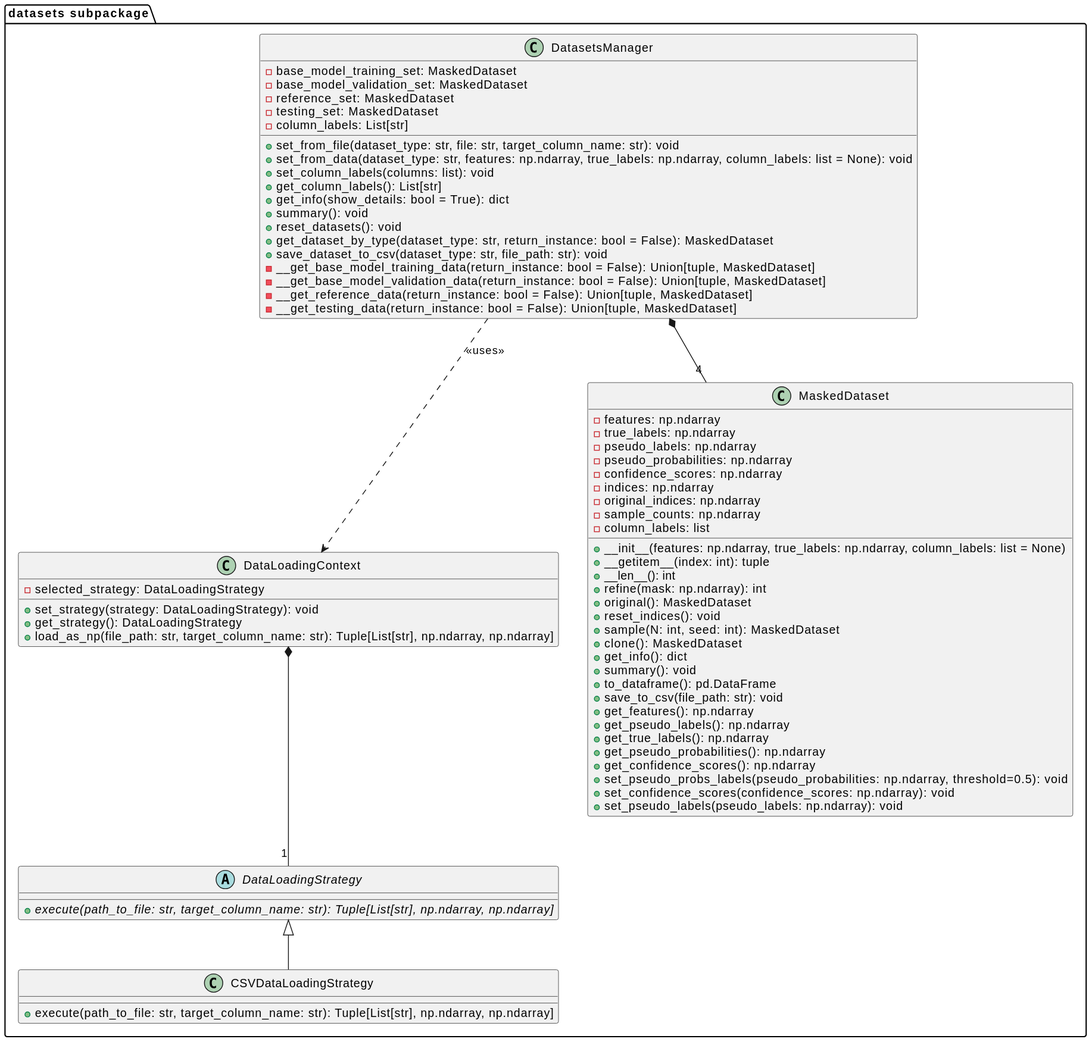
MEDomics-UdeS/MED3pa keeps this PlantUML diagram as docs/diagrams/datasets.svg. Above is the earlier version.
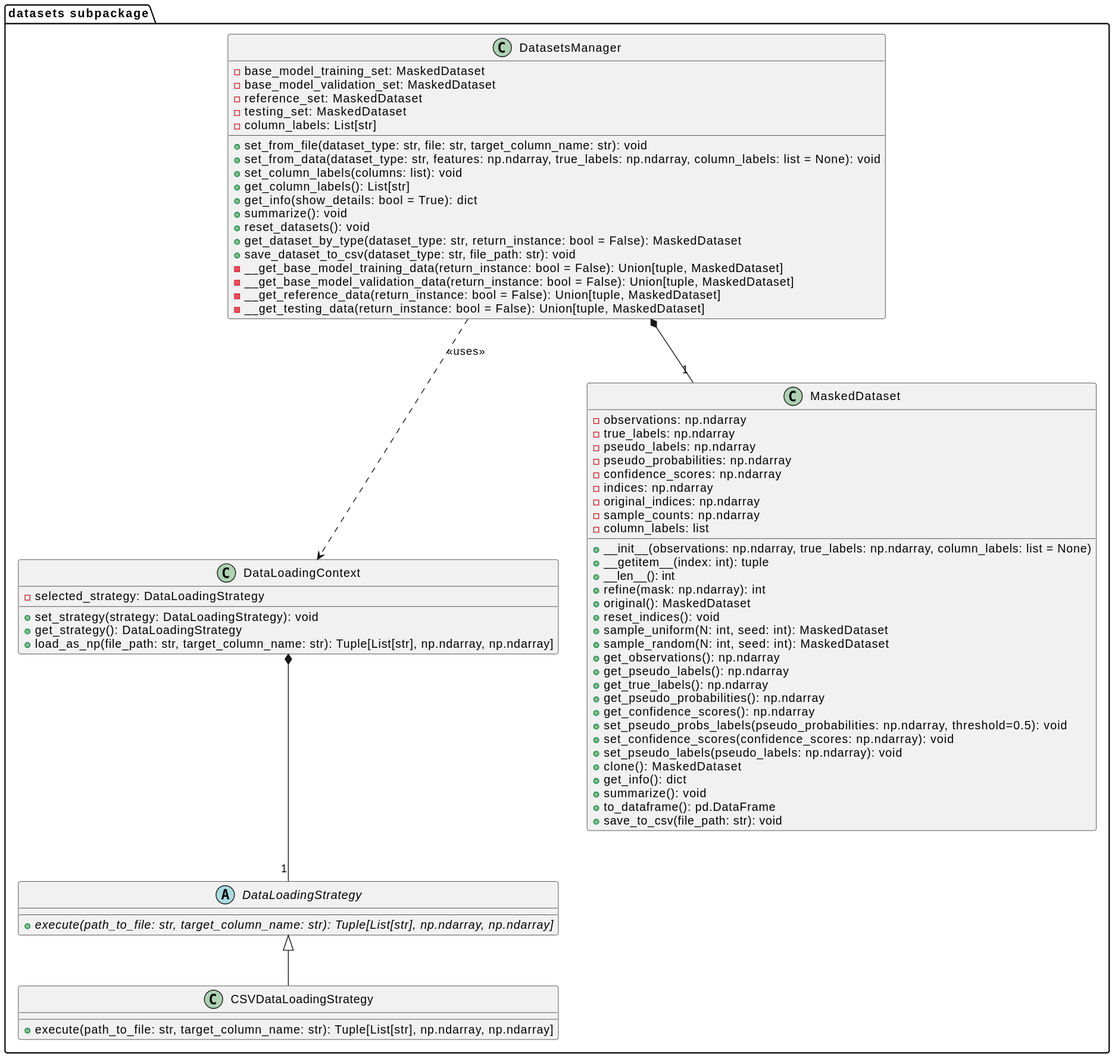
Later version of the same file.

The edit, as a diff of the source:
```diff
@@ -1,77 +1,79 @@
 @startuml
 package "datasets subpackage"{
-class DataLoadingContext {
-    -selected_strategy: DataLoadingStrategy
-    +set_strategy(strategy: DataLoadingStrategy): void
-    +get_strategy(): DataLoadingStrategy
-    +load_as_np(file_path: str, target_column_name: str): Tuple[List[str], np.ndarray, np.ndarray]
+
+  class DataLoadingContext {
+      -selected_strategy: DataLoadingStrategy
+      +set_strategy(strategy: DataLoadingStrategy): void
+      +get_strategy(): DataLoadingStrategy
+      +load_as_np(file_path: str, target_column_name: str): Tuple[List[str], np.ndarray, np.ndarray]
+  }
+
+  abstract class DataLoadingStrategy {
+      {abstract} +execute(path_to_file: str, target_column_name: str): Tuple[List[str], np.ndarray, np.ndarray]
+  }
+
+  class CSVDataLoadingStrategy {
+      +execute(path_to_file: str, target_column_name: str): Tuple[List[str], np.ndarray, np.ndarray]
+  }
+
+  DataLoadingStrategy <|-- CSVDataLoadingStrategy
+  DataLoadingContext *-- "1" DataLoadingStrategy
+
+  class DatasetsManager {
+      -base_model_training_set: MaskedDataset
+      -base_model_validation_set: MaskedDataset
+      -reference_set: MaskedDataset
+      -testing_set: MaskedDataset
+      -column_labels: List[str]
+      +set_from_file(dataset_type: str, file: str, target_column_name: str): void
+      +set_from_data(dataset_type: str, features: np.ndarray, true_labels: np.ndarray, column_labels: list = None): void
+      +set_column_labels(columns: list): void
+      +get_column_labels(): List[str]
+      +get_info(show_details: bool = True): dict
+      +summarize(): void
+      +reset_datasets(): void
+      +get_dataset_by_type(dataset_type: str, return_instance: bool = False): MaskedDataset
+      +save_dataset_to_csv(dataset_type: str, file_path: str): void
+      -__get_base_model_training_data(return_instance: bool = False): Union[tuple, MaskedDataset]
+      -__get_base_model_validation_data(return_instance: bool = False): Union[tuple, MaskedDataset]
+      -__get_reference_data(return_instance: bool = False): Union[tuple, MaskedDataset]
+      -__get_testing_data(return_instance: bool = False): Union[tuple, MaskedDataset]
+  }
+
+  class MaskedDataset {
+      -observations: np.ndarray
+      -true_labels: np.ndarray
+      -pseudo_labels: np.ndarray
+      -pseudo_probabilities: np.ndarray
+      -confidence_scores: np.ndarray
+      -indices: np.ndarray
+      -original_indices: np.ndarray
+      -sample_counts: np.ndarray
+      -column_labels: list
+      +__init__(observations: np.ndarray, true_labels: np.ndarray, column_labels: list = None)
+      +__getitem__(index: int): tuple
+      +__len__(): int
+      +refine(mask: np.ndarray): int
+      +original(): MaskedDataset
+      +reset_indices(): void
+      +sample_uniform(N: int, seed: int): MaskedDataset
+      +sample_random(N: int, seed: int): MaskedDataset
+      +get_observations(): np.ndarray
+      +get_pseudo_labels(): np.ndarray
+      +get_true_labels(): np.ndarray
+      +get_pseudo_probabilities(): np.ndarray
+      +get_confidence_scores(): np.ndarray
+      +set_pseudo_probs_labels(pseudo_probabilities: np.ndarray, threshold=0.5): void
+      +set_confidence_scores(confidence_scores: np.ndarray): void
+      +set_pseudo_labels(pseudo_labels: np.ndarray): void
+      +clone(): MaskedDataset
+      +get_info(): dict
+      +summarize(): void
+      +to_dataframe(): pd.DataFrame
+      +save_to_csv(file_path: str): void
+  }
+
+  DatasetsManager *-- "1" MaskedDataset
+  DatasetsManager ..> DataLoadingContext : <<uses>>
 }
-
-abstract class DataLoadingStrategy {
-    {abstract} +execute(path_to_file: str, target_column_name: str): Tuple[List[str], np.ndarray, np.ndarray]
-}
-
-class CSVDataLoadingStrategy {
-    +execute(path_to_file: str, target_column_name: str): Tuple[List[str], np.ndarray, np.ndarray]
-}
-
-DataLoadingStrategy <|-- CSVDataLoadingStrategy
-DataLoadingContext *-- "1" DataLoadingStrategy
-
-class DatasetsManager {
-    -base_model_training_set: MaskedDataset
-    -base_model_validation_set: MaskedDataset
-    -reference_set: MaskedDataset
-    -testing_set: MaskedDataset
-    -column_labels: List[str]
-    +set_from_file(dataset_type: str, file: str, target_column_name: str): void
-    +set_from_data(dataset_type: str, features: np.ndarray, true_labels: np.ndarray, column_labels: list = None): void
-    +set_column_labels(columns: list): void
-    +get_column_labels(): List[str]
-    +get_info(show_details: bool = True): dict
-    +summary(): void
-    +reset_datasets(): void
-    +get_dataset_by_type(dataset_type: str, return_instance: bool = False): MaskedDataset
-    +save_dataset_to_csv(dataset_type: str, file_path: str): void
-    -__get_base_model_training_data(return_instance: bool = False): Union[tuple, MaskedDataset]
-    -__get_base_model_validation_data(return_instance: bool = False): Union[tuple, MaskedDataset]
-    -__get_reference_data(return_instance: bool = False): Union[tuple, MaskedDataset]
-    -__get_testing_data(return_instance: bool = False): Union[tuple, MaskedDataset]
-}
-
-class MaskedDataset {
-    -features: np.ndarray
-    -true_labels: np.ndarray
-    -pseudo_labels: np.ndarray
-    -pseudo_probabilities: np.ndarray
-    -confidence_scores: np.ndarray
-    -indices: np.ndarray
-    -original_indices: np.ndarray
-    -sample_counts: np.ndarray
-    -column_labels: list
-    +__init__(features: np.ndarray, true_labels: np.ndarray, column_labels: list = None)
-    +__getitem__(index: int): tuple
-    +__len__(): int
-    +refine(mask: np.ndarray): int
-    +original(): MaskedDataset
-    +reset_indices(): void
-    +sample(N: int, seed: int): MaskedDataset
-    +clone(): MaskedDataset
-    +get_info(): dict
-    +summary(): void
-    +to_dataframe(): pd.DataFrame
-    +save_to_csv(file_path: str): void
-    +get_features(): np.ndarray
-    +get_pseudo_labels(): np.ndarray
-    +get_true_labels(): np.ndarray
-    +get_pseudo_probabilities(): np.ndarray
-    +get_confidence_scores(): np.ndarray
-    +set_pseudo_probs_labels(pseudo_probabilities: np.ndarray, threshold=0.5): void
-    +set_confidence_scores(confidence_scores: np.ndarray): void
-    +set_pseudo_labels(pseudo_labels: np.ndarray): void
-
-}
-}
-DatasetsManager *-- "4" MaskedDataset
-DatasetsManager ..> DataLoadingContext : <<uses>>
 @enduml
```
